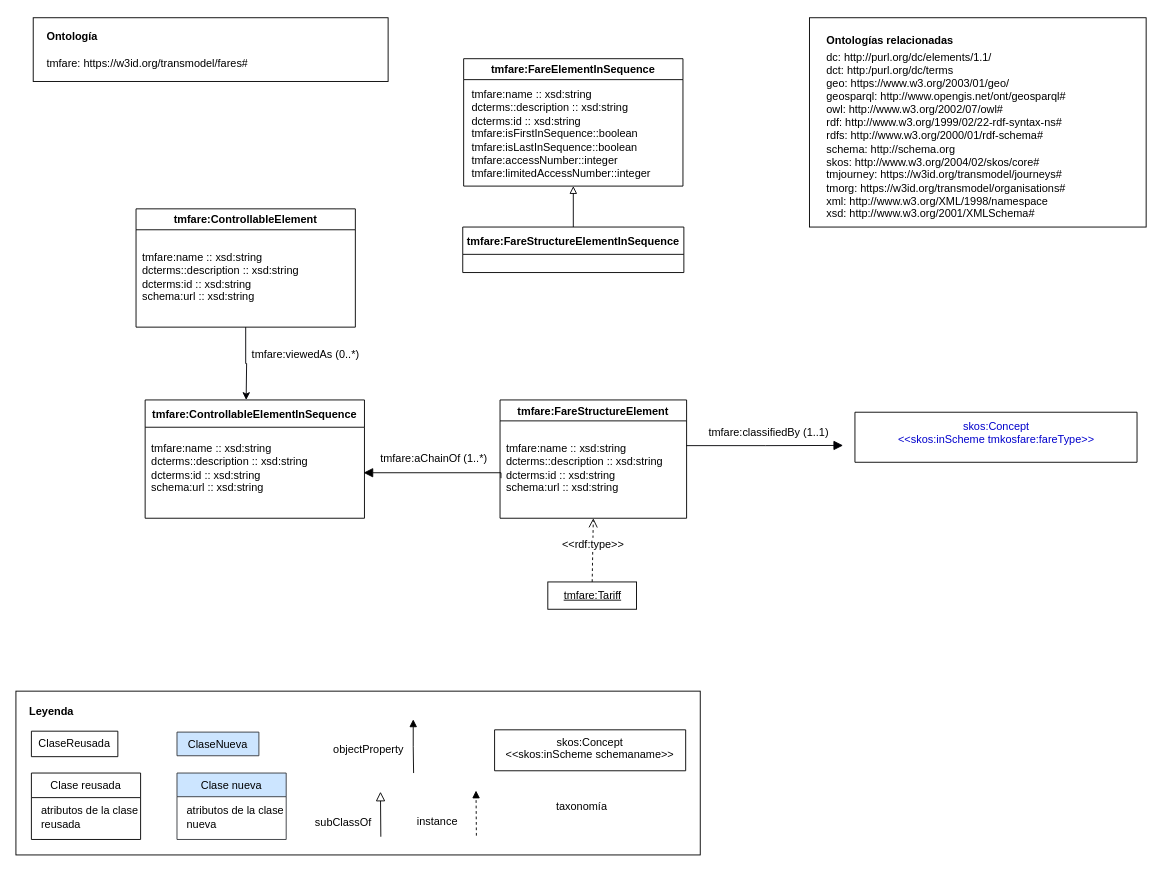
The draw.io diagram ontology/Ticketing_and_Services_Module/tm-fares.drawio in jatoledo/transmodel-ontology, before the edit. Source tidied: cells renumbered, new cells numbered last; positions are measured from the earlier drawing's top-left corner, leaving out a move shared by most shapes. Both pictures are drawn from the tidied source at 91%, with x=0, y=0 at pixel (15, 17).
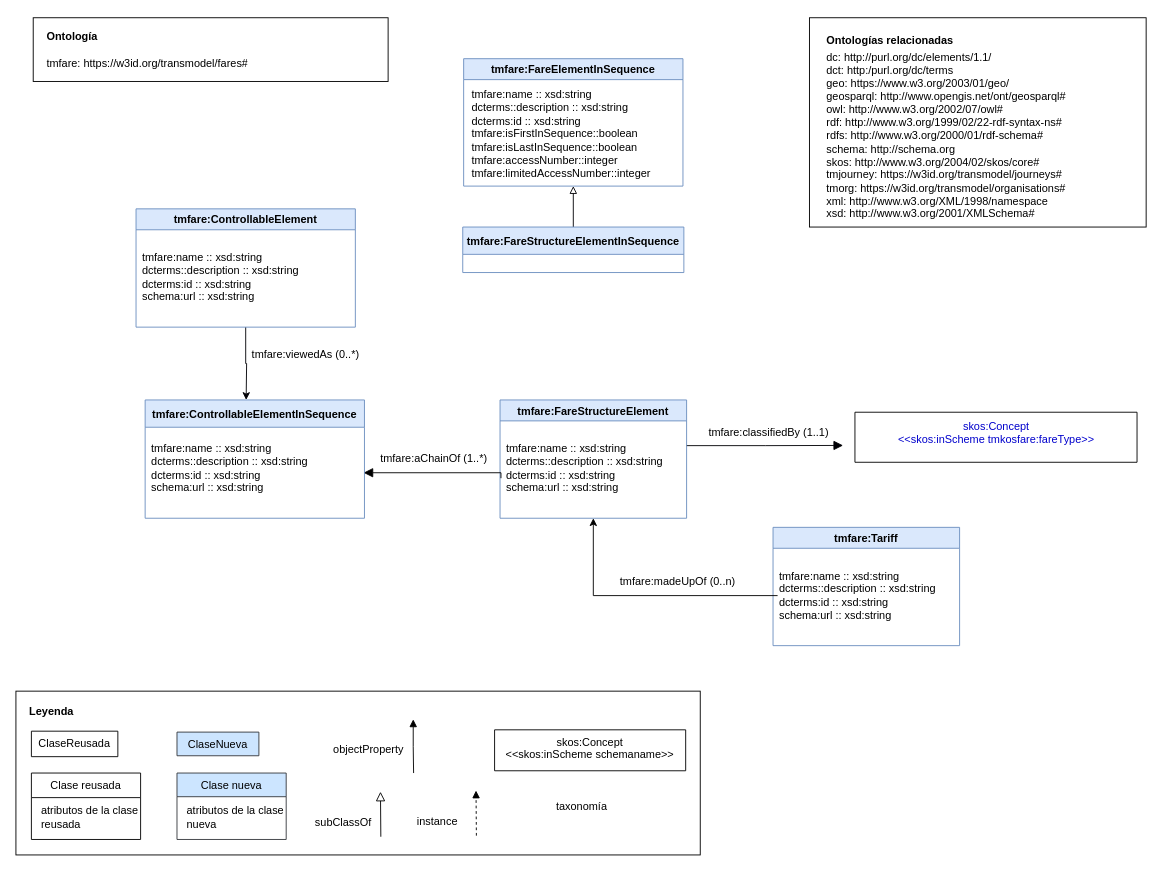
The same page after the edit.

The edit, as a diff of the source:
```diff
@@
-    <mxCell id="3" value="tmfare:FareStructureElement" style="swimlane;startSize=23;" parent="1" vertex="1">
+    <mxCell id="3" value="tmfare:FareStructureElement" style="swimlane;startSize=23;fillColor=#dae8fc;strokeColor=#6c8ebf;" parent="1" vertex="1">
       <mxGeometry x="532" y="420" width="205" height="130" as="geometry" />
     </mxCell>
@@
-    <mxCell id="30" style="endArrow=open;html=1;fontColor=#000099;endFill=0;dashed=1;entryX=0.5;entryY=1;entryDx=0;entryDy=0;endSize=8;exitX=0.5;exitY=0;exitDx=0;exitDy=0;" parent="1" edge="1" source="32" target="3">
-      <mxGeometry relative="1" as="geometry" />
-    </mxCell>
-    <mxCell id="31" value="&amp;lt;&amp;lt;rdf:type&amp;gt;&amp;gt;" style="text;html=1;align=center;verticalAlign=middle;fontColor=#000000;labelBackgroundColor=#ffffff;" parent="30" vertex="1">
-      <mxGeometry x="-0.33" relative="1" as="geometry">
-        <mxPoint y="-18.2" as="offset" />
-      </mxGeometry>
-    </mxCell>
-    <mxCell id="32" value="&lt;u&gt;tmfare:Tariff&lt;/u&gt;" style="rounded=0;whiteSpace=wrap;html=1;snapToPoint=1;points=[[0.1,0],[0.2,0],[0.3,0],[0.4,0],[0.5,0],[0.6,0],[0.7,0],[0.8,0],[0.9,0],[0,0.1],[0,0.3],[0,0.5],[0,0.7],[0,0.9],[0.1,1],[0.2,1],[0.3,1],[0.4,1],[0.5,1],[0.6,1],[0.7,1],[0.8,1],[0.9,1],[1,0.1],[1,0.3],[1,0.5],[1,0.7],[1,0.9]];" parent="1" vertex="1">
-      <mxGeometry x="584.5" y="620" width="97.5" height="30" as="geometry" />
-    </mxCell>
@@
-    <mxCell id="34" value="tmfare:ControllableElementInSequence" style="swimlane;startSize=30;" parent="1" vertex="1">
+    <mxCell id="34" value="tmfare:ControllableElementInSequence" style="swimlane;startSize=30;fillColor=#dae8fc;strokeColor=#6c8ebf;" parent="1" vertex="1">
       <mxGeometry x="142" y="420" width="241" height="130" as="geometry" />
     </mxCell>
@@
-    <mxCell id="38" value="tmfare:ControllableElement" style="swimlane;startSize=23;" parent="1" vertex="1">
+    <mxCell id="38" value="tmfare:ControllableElement" style="swimlane;startSize=23;fillColor=#dae8fc;strokeColor=#6c8ebf;" parent="1" vertex="1">
       <mxGeometry x="132" y="210" width="241" height="130" as="geometry" />
     </mxCell>
@@
-    <mxCell id="41" value="tmfare:FareElementInSequence" style="swimlane;startSize=23;" parent="1" vertex="1">
+    <mxCell id="41" value="tmfare:FareElementInSequence" style="swimlane;startSize=23;fillColor=#dae8fc;strokeColor=#6c8ebf;" parent="1" vertex="1">
       <mxGeometry x="492" y="45" width="241" height="140" as="geometry" />
     </mxCell>
@@
-    <mxCell id="43" value="tmfare:FareStructureElementInSequence" style="swimlane;startSize=30;" parent="1" vertex="1">
+    <mxCell id="43" value="tmfare:FareStructureElementInSequence" style="swimlane;startSize=30;fillColor=#dae8fc;strokeColor=#6c8ebf;" parent="1" vertex="1">
       <mxGeometry x="491" y="230" width="243" height="50" as="geometry" />
     </mxCell>
+    <mxCell id="32" value="tmfare:Tariff" style="swimlane;startSize=23;fillColor=#dae8fc;strokeColor=#6c8ebf;" parent="1" vertex="1">
+      <mxGeometry x="832" y="560" width="205" height="130" as="geometry" />
+    </mxCell>
+    <mxCell id="44" value="&lt;div align=&quot;left&quot;&gt;&lt;span style=&quot;color: rgb(0 , 0 , 0)&quot;&gt;tmfare:name :: xsd:string&lt;/span&gt;&lt;font color=&quot;#000000&quot;&gt;&lt;br&gt;&lt;/font&gt;&lt;/div&gt;&lt;div align=&quot;left&quot;&gt;&lt;font color=&quot;#000000&quot;&gt;dcterms::description :: xsd:string&lt;/font&gt;&lt;/div&gt;&lt;div align=&quot;left&quot;&gt;&lt;font color=&quot;#000000&quot;&gt;dcterms:id :: xsd:string&lt;/font&gt;&lt;/div&gt;&lt;div align=&quot;left&quot;&gt;&lt;font color=&quot;#000000&quot;&gt;schema:url :: xsd:string&lt;/font&gt;&lt;/div&gt;" style="text;html=1;align=left;verticalAlign=middle;points=[];fontColor=#FF00FF;" parent="32" vertex="1">
+      <mxGeometry x="5" y="45" width="190" height="60" as="geometry" />
+    </mxCell>
+    <mxCell id="45" value="tmfare:madeUpOf (0..n)" style="text;html=1;align=center;verticalAlign=middle;" parent="1" vertex="1">
+      <mxGeometry x="657" y="610" width="140" height="20" as="geometry" />
+    </mxCell>
+    <mxCell id="46" style="edgeStyle=orthogonalEdgeStyle;rounded=0;jettySize=auto;html=1;entryX=0.5;entryY=1;entryDx=0;entryDy=0;" parent="1" edge="1" source="44" target="3">
+      <mxGeometry relative="1" as="geometry" />
+    </mxCell>
```
